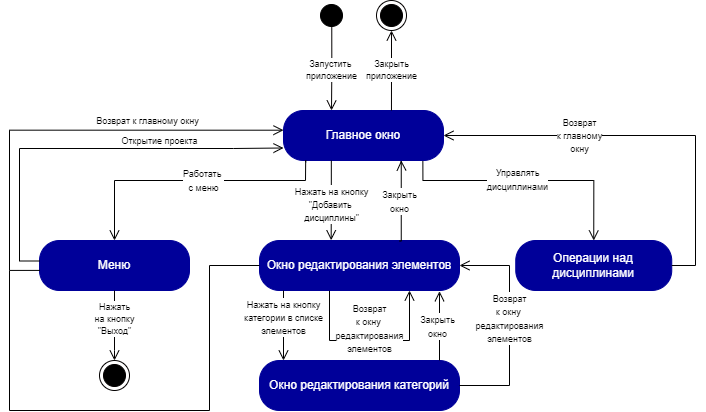
Earlier version of the draw.io export State_machine_packages.drawio.png (iCosmos76/Curriculum-Designer). Source tidied: cells renumbered, new cells last; positions are measured from the earlier drawing's top-left corner, leaving out a move shared by most shapes.
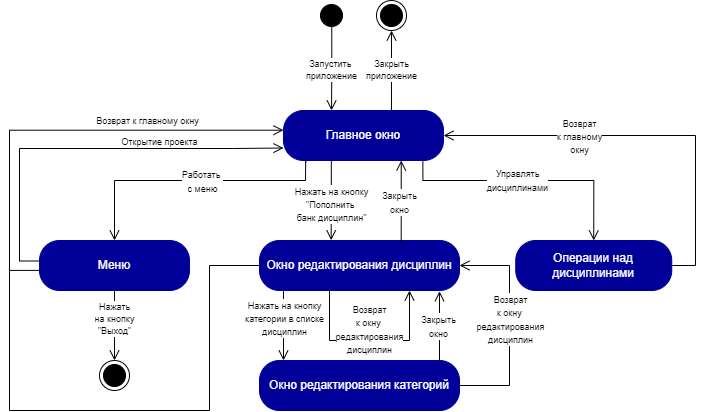
Above is the later version.

Diff of the diagram source:
```diff
@@ -22,7 +22,7 @@
     <mxCell id="5" value="Меню" style="rounded=1;whiteSpace=wrap;html=1;arcSize=40;fontColor=#FFFFFF;fillColor=#000099;strokeColor=#000099;" parent="1" vertex="1">
       <mxGeometry x="30" y="240" width="150" height="50" as="geometry" />
     </mxCell>
-    <mxCell id="6" value="Окно редактирования элементов" style="rounded=1;whiteSpace=wrap;html=1;arcSize=40;fontColor=#FFFFFF;fillColor=#000099;strokeColor=#000099;" parent="1" vertex="1">
+    <mxCell id="6" value="Окно редактирования дисциплин" style="rounded=1;whiteSpace=wrap;html=1;arcSize=40;fontColor=#FFFFFF;fillColor=#000099;strokeColor=#000099;" parent="1" vertex="1">
       <mxGeometry x="250" y="240" width="200" height="50" as="geometry" />
     </mxCell>
     <mxCell id="7" value="Окно редактирования категорий" style="rounded=1;whiteSpace=wrap;html=1;arcSize=40;fontColor=#FFFFFF;fillColor=#000099;strokeColor=#000099;" parent="1" vertex="1">
@@ -99,7 +99,7 @@
         </Array>
       </mxGeometry>
     </mxCell>
-    <mxCell id="20" value="&lt;font style=&quot;font-size: 9px&quot;&gt;Возврат&lt;br&gt;к окну &lt;br&gt;редактирования&lt;br&gt;элементов&lt;br&gt;&lt;/font&gt;" style="edgeLabel;html=1;align=center;verticalAlign=middle;" parent="19" vertex="1">
+    <mxCell id="20" value="&lt;font style=&quot;font-size: 9px&quot;&gt;Возврат&lt;br&gt;к окну &lt;br&gt;редактирования&lt;br&gt;дисциплин&lt;br&gt;&lt;/font&gt;" style="edgeLabel;html=1;align=center;verticalAlign=middle;" parent="19" vertex="1">
       <mxGeometry x="0.08" y="-3" relative="1" as="geometry">
         <mxPoint x="-3" y="2" as="offset" />
       </mxGeometry>
@@ -150,7 +150,7 @@
         </Array>
       </mxGeometry>
     </mxCell>
-    <mxCell id="27" value="&lt;font style=&quot;font-size: 9px&quot;&gt;Нажать на кнопку&lt;br&gt;&quot;Добавить &lt;br&gt;дисциплины&quot;&lt;/font&gt;" style="edgeLabel;html=1;align=center;verticalAlign=middle;" parent="26" vertex="1">
+    <mxCell id="27" value="&lt;font style=&quot;font-size: 9px&quot;&gt;Нажать на кнопку&lt;br&gt;&quot;Пополнить &lt;br&gt;банк дисциплин&quot;&lt;/font&gt;" style="edgeLabel;html=1;align=center;verticalAlign=middle;" parent="26" vertex="1">
       <mxGeometry x="0.17" relative="1" as="geometry">
         <mxPoint y="-3" as="offset" />
       </mxGeometry>
@@ -164,7 +164,7 @@
         </Array>
       </mxGeometry>
     </mxCell>
-    <mxCell id="29" value="&lt;font style=&quot;font-size: 9px&quot;&gt;Нажать на кнопку&lt;br&gt;категории в списке&lt;br&gt;элементов&lt;/font&gt;" style="edgeLabel;html=1;align=center;verticalAlign=middle;fontSize=11;" parent="28" vertex="1">
+    <mxCell id="29" value="&lt;font style=&quot;font-size: 9px&quot;&gt;Нажать на кнопку&lt;br&gt;категории в списке&lt;br&gt;дисциплин&lt;/font&gt;" style="edgeLabel;html=1;align=center;verticalAlign=middle;fontSize=11;" parent="28" vertex="1">
       <mxGeometry x="-0.24" relative="1" as="geometry" />
     </mxCell>
     <mxCell id="30" style="edgeStyle=orthogonalEdgeStyle;html=1;verticalAlign=bottom;endArrow=open;endSize=8;strokeColor=#000000;rounded=0;entryX=0.9;entryY=1.015;entryDx=0;entryDy=0;entryPerimeter=0;exitX=0.9;exitY=-0.002;exitDx=0;exitDy=0;exitPerimeter=0;" parent="1" edge="1" source="7" target="6">
@@ -197,7 +197,7 @@
         </Array>
       </mxGeometry>
     </mxCell>
-    <mxCell id="35" value="&lt;font style=&quot;font-size: 9px&quot;&gt;Возврат&lt;br&gt;к окну &lt;br&gt;редактирования&lt;br&gt;элементов&lt;br&gt;&lt;/font&gt;" style="edgeLabel;html=1;align=center;verticalAlign=middle;" parent="34" vertex="1">
+    <mxCell id="35" value="&lt;font style=&quot;font-size: 9px&quot;&gt;Возврат&lt;br&gt;к окну &lt;br&gt;редактирования&lt;br&gt;дисциплин&lt;br&gt;&lt;/font&gt;" style="edgeLabel;html=1;align=center;verticalAlign=middle;" parent="34" vertex="1">
       <mxGeometry x="0.08" y="-3" relative="1" as="geometry">
         <mxPoint x="-8" y="-15" as="offset" />
       </mxGeometry>
```
